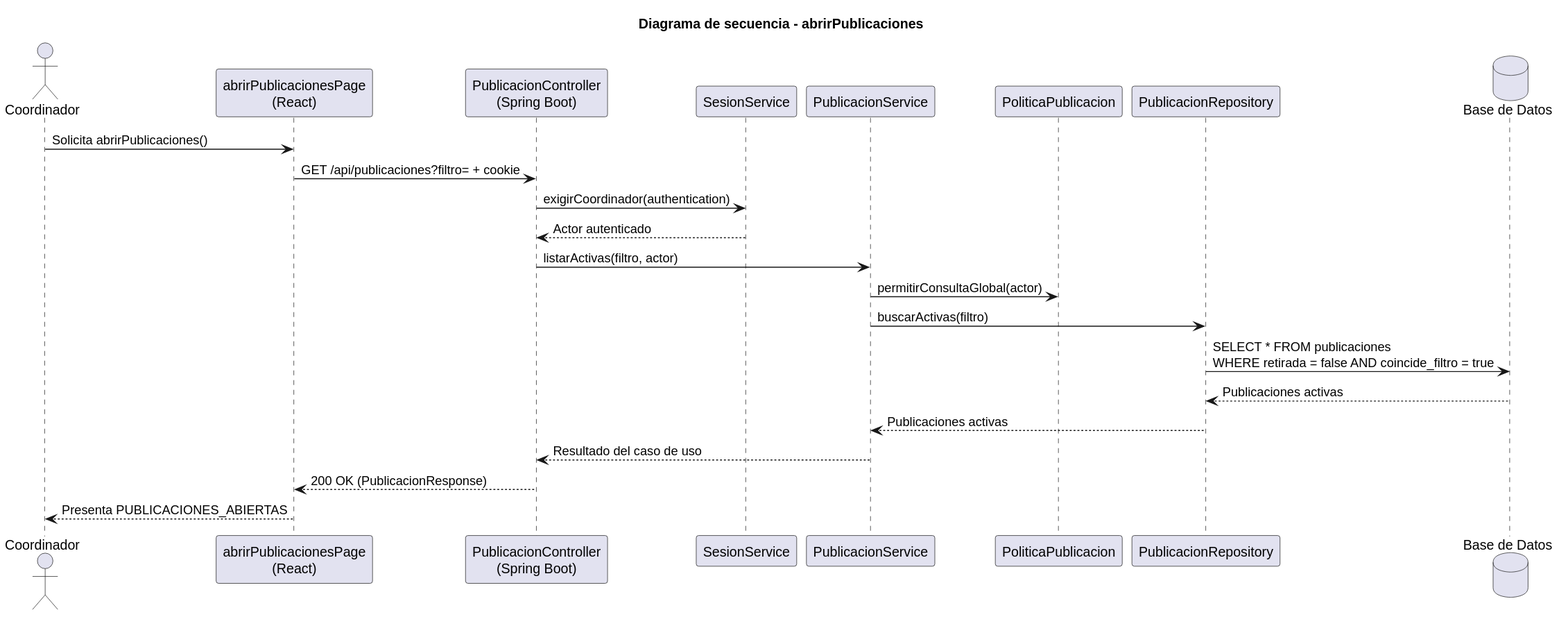
Earlier version of the PlantUML export images/RUP/02-diseño/casos-uso/coordinador/abrirPublicaciones/secuencia.svg (beatriizorozco/25-26-idsw2-sdVC). The source it was exported from:
```plantuml
@startuml
title Diagrama de secuencia - abrirPublicaciones
actor Coordinador
participant "abrirPublicacionesPage\n(React)" as Frontend
participant "PublicacionController\n(Spring Boot)" as Api
participant "SesionService" as Sesion
participant "PublicacionService" as Service
participant "PoliticaPublicacion" as Policy
participant "PublicacionRepository" as Repo

database "Base de Datos" as DB

Coordinador -> Frontend: Solicita abrirPublicaciones()
Frontend -> Api: GET /api/publicaciones?filtro= + cookie
Api -> Sesion: exigirCoordinador(authentication)
Sesion --> Api: Actor autenticado
Api -> Service: listarActivas(filtro, actor)
Service -> Policy: permitirConsultaGlobal(actor)
Service -> Repo: buscarActivas(filtro)
Repo -> DB: SELECT * FROM publicaciones\nWHERE retirada = false AND coincide_filtro = true
DB --> Repo: Publicaciones activas
Repo --> Service: Publicaciones activas
Service --> Api: Resultado del caso de uso
Api --> Frontend: 200 OK (PublicacionResponse)
Frontend --> Coordinador: Presenta PUBLICACIONES_ABIERTAS
@enduml
```
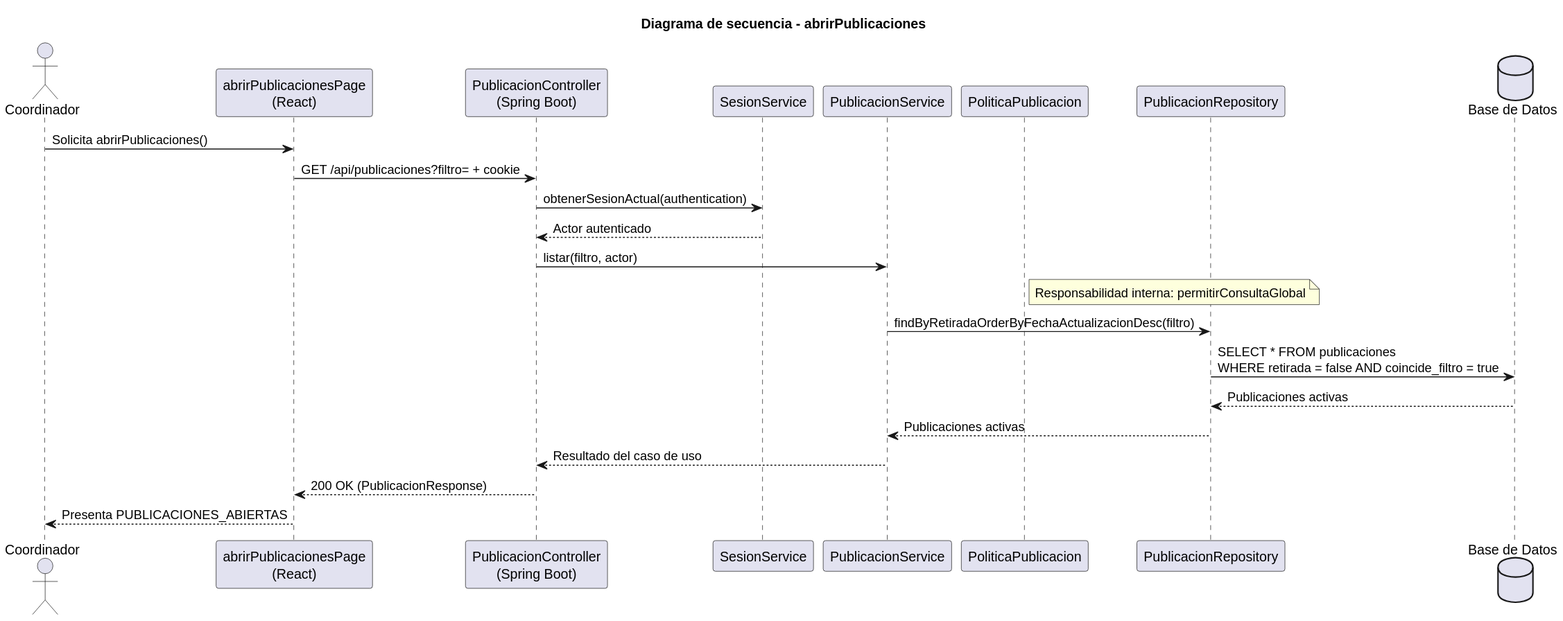
The same file after the commit.

What changed in the source:
```diff
@@ -12,11 +12,11 @@
 
 Coordinador -> Frontend: Solicita abrirPublicaciones()
 Frontend -> Api: GET /api/publicaciones?filtro= + cookie
-Api -> Sesion: exigirCoordinador(authentication)
+Api -> Sesion: obtenerSesionActual(authentication)
 Sesion --> Api: Actor autenticado
-Api -> Service: listarActivas(filtro, actor)
-Service -> Policy: permitirConsultaGlobal(actor)
-Service -> Repo: buscarActivas(filtro)
+Api -> Service: listar(filtro, actor)
+note right of Policy: Responsabilidad interna: permitirConsultaGlobal
+Service -> Repo: findByRetiradaOrderByFechaActualizacionDesc(filtro)
 Repo -> DB: SELECT * FROM publicaciones\nWHERE retirada = false AND coincide_filtro = true
 DB --> Repo: Publicaciones activas
 Repo --> Service: Publicaciones activas
```
